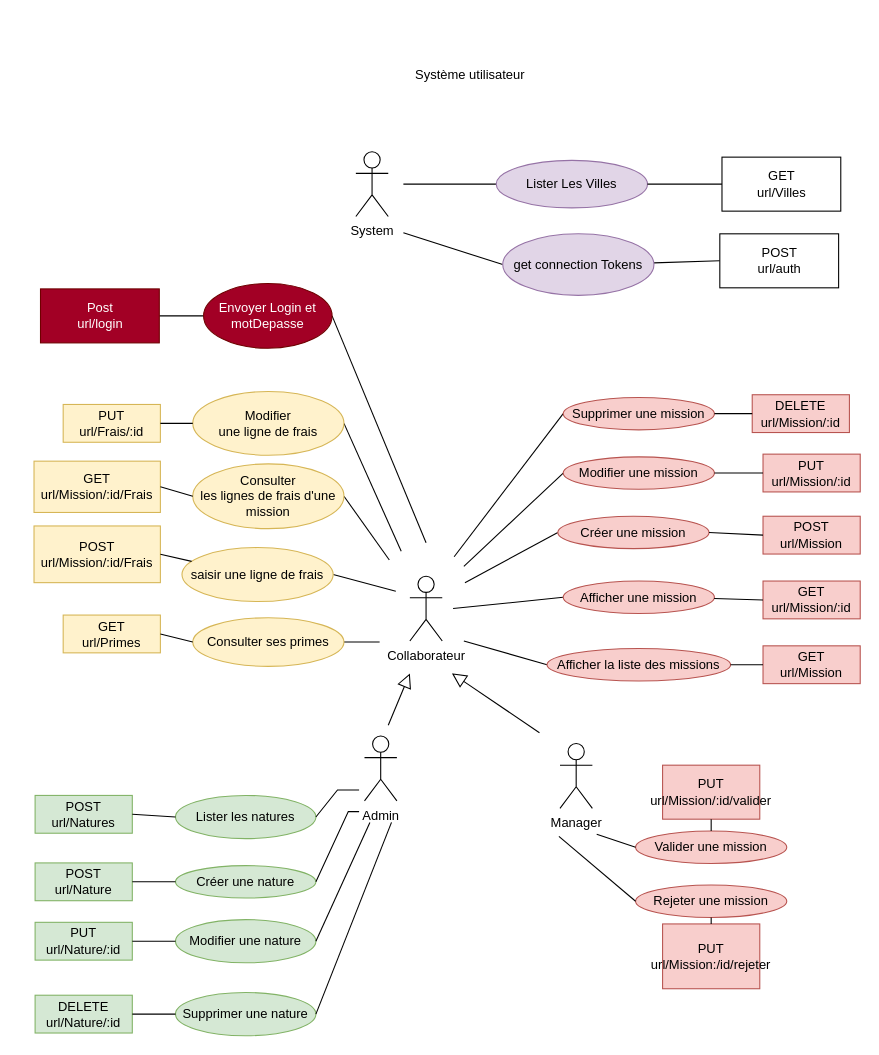
Above: Conception/use_case_API.drawio in VincentProuchet/Gestion_Missions_BE (draw.io), before the change. Source tidied: cells renumbered, new cells numbered last; positions are measured from the earlier drawing's top-left corner, leaving out a move shared by most shapes. Both pictures are drawn from the tidied source at 108%, with x=0, y=0 at pixel (33, 58).
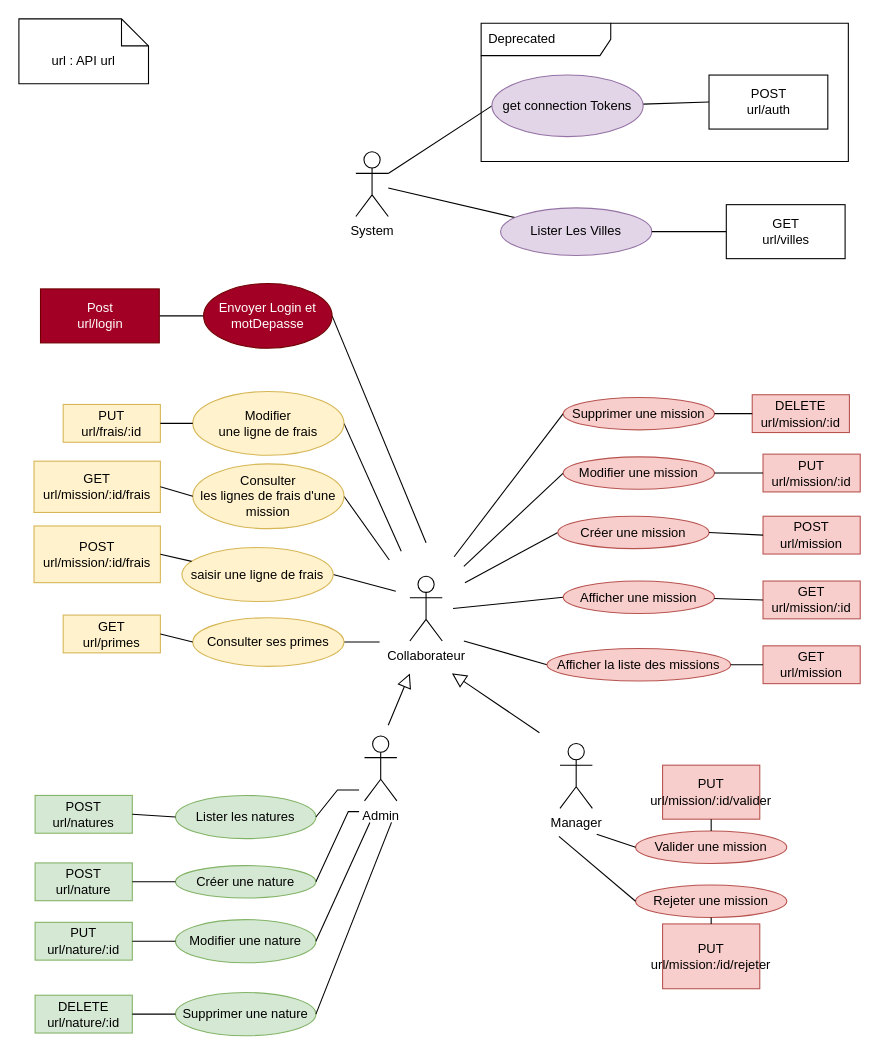
The same page after the edit.

Commit message:
Mettre à jour use_case_API.drawio

The change refers to these unchanged cells:
```xml
<mxCell id="15" value="System" style="shape=umlActor;verticalLabelPosition=bottom;verticalAlign=top;html=1;" parent="1" vertex="1">
  <mxGeometry x="298" y="86" width="30" height="60" as="geometry" />
</mxCell>
<mxCell id="20" style="group;" parent="1" vertex="1">
  <mxGeometry x="486" y="634" width="211" height="263" as="geometry" />
</mxCell>
<mxCell id="30" style="group;" parent="1" vertex="1">
  <mxGeometry x="1" y="627" width="335" height="277.5" as="geometry" />
</mxCell>
<mxCell id="48" style="group;" parent="1" vertex="1">
  <mxGeometry y="308" width="287" height="254.5" as="geometry" />
</mxCell>
<mxCell id="61" style="group;" parent="1" vertex="1">
  <mxGeometry x="475" y="311" width="290" height="267.5" as="geometry" />
</mxCell>
```

What changed in the source:
```diff
@@
-    <mxCell id="13" value="Système utilisateur" style="text;html=1;strokeColor=none;fillColor=none;align=center;verticalAlign=middle;whiteSpace=wrap;rounded=0;" parent="1" vertex="1">
-      <mxGeometry x="339" width="130" height="30" as="geometry" />
-    </mxCell>
@@
-    <mxCell id="16" style="edgeStyle=orthogonalEdgeStyle;rounded=0;jettySize=auto;html=1;endArrow=none;endFill=0;" parent="1" edge="1" source="17">
-      <mxGeometry relative="1" as="geometry">
-        <mxPoint x="342" y="116" as="targetPoint" />
-      </mxGeometry>
+    <mxCell id="16" style="rounded=0;jettySize=auto;html=1;endArrow=none;endFill=0;" parent="1" edge="1" source="17" target="15">
+      <mxGeometry relative="1" as="geometry" />
     </mxCell>
     <mxCell id="17" value="Lister Les Villes" style="ellipse;whiteSpace=wrap;html=1;fillColor=#e1d5e7;strokeColor=#9673a6;" parent="1" vertex="1">
-      <mxGeometry x="428" y="94" width="140" height="44" as="geometry" />
+      <mxGeometry x="432" y="138" width="140" height="44" as="geometry" />
     </mxCell>
@@
-    <mxCell id="19" value="&lt;div&gt;GET&lt;/div&gt;&lt;div&gt;url/Villes&lt;br&gt;&lt;/div&gt;" style="html=1;" parent="1" vertex="1">
-      <mxGeometry x="637" y="91" width="110" height="50" as="geometry" />
+    <mxCell id="19" value="&lt;div&gt;GET&lt;/div&gt;&lt;div&gt;url/villes&lt;br&gt;&lt;/div&gt;" style="html=1;" parent="1" vertex="1">
+      <mxGeometry x="641" y="135" width="110" height="50" as="geometry" />
     </mxCell>
@@
-    <mxCell id="26" value="PUT&lt;br&gt;url/Mission/:id/valider" style="text;html=1;strokeColor=#b85450;fillColor=#f8cecc;align=center;verticalAlign=middle;whiteSpace=wrap;rounded=0;shadow=0;sketch=0;" parent="20" vertex="1">
+    <mxCell id="26" value="PUT&lt;br&gt;url/mission/:id/valider" style="text;html=1;strokeColor=#b85450;fillColor=#f8cecc;align=center;verticalAlign=middle;whiteSpace=wrap;rounded=0;shadow=0;sketch=0;" parent="20" vertex="1">
       <mxGeometry x="96" y="20" width="90" height="50" as="geometry" />
     </mxCell>
-    <mxCell id="27" value="PUT&lt;br&gt;url/Mission:/id/rejeter" style="text;html=1;strokeColor=#b85450;fillColor=#f8cecc;align=center;verticalAlign=middle;whiteSpace=wrap;rounded=0;shadow=0;sketch=0;" parent="20" vertex="1">
+    <mxCell id="27" value="PUT&lt;br&gt;url/mission:/id/rejeter" style="text;html=1;strokeColor=#b85450;fillColor=#f8cecc;align=center;verticalAlign=middle;whiteSpace=wrap;rounded=0;shadow=0;sketch=0;" parent="20" vertex="1">
       <mxGeometry x="96" y="167" width="90" height="60" as="geometry" />
     </mxCell>
@@
-    <mxCell id="40" value="POST&lt;br&gt;url/Natures" style="text;html=1;strokeColor=#82b366;fillColor=#d5e8d4;align=center;verticalAlign=middle;whiteSpace=wrap;rounded=0;shadow=0;sketch=0;" parent="30" vertex="1">
+    <mxCell id="40" value="POST&lt;br&gt;url/natures" style="text;html=1;strokeColor=#82b366;fillColor=#d5e8d4;align=center;verticalAlign=middle;whiteSpace=wrap;rounded=0;shadow=0;sketch=0;" parent="30" vertex="1">
       <mxGeometry y="55" width="90" height="35" as="geometry" />
     </mxCell>
-    <mxCell id="41" value="POST&lt;br&gt;url/Nature" style="text;html=1;strokeColor=#82b366;fillColor=#d5e8d4;align=center;verticalAlign=middle;whiteSpace=wrap;rounded=0;shadow=0;sketch=0;" parent="30" vertex="1">
+    <mxCell id="41" value="POST&lt;br&gt;url/nature" style="text;html=1;strokeColor=#82b366;fillColor=#d5e8d4;align=center;verticalAlign=middle;whiteSpace=wrap;rounded=0;shadow=0;sketch=0;" parent="30" vertex="1">
       <mxGeometry y="117.5" width="90" height="35" as="geometry" />
     </mxCell>
-    <mxCell id="42" value="PUT&lt;br&gt;url/Nature/:id" style="text;html=1;strokeColor=#82b366;fillColor=#d5e8d4;align=center;verticalAlign=middle;whiteSpace=wrap;rounded=0;shadow=0;sketch=0;" parent="30" vertex="1">
+    <mxCell id="42" value="PUT&lt;br&gt;url/nature/:id" style="text;html=1;strokeColor=#82b366;fillColor=#d5e8d4;align=center;verticalAlign=middle;whiteSpace=wrap;rounded=0;shadow=0;sketch=0;" parent="30" vertex="1">
       <mxGeometry y="172.5" width="90" height="35" as="geometry" />
     </mxCell>
-    <mxCell id="43" value="DELETE&lt;br&gt;url/Nature/:id" style="text;html=1;strokeColor=#82b366;fillColor=#d5e8d4;align=center;verticalAlign=middle;whiteSpace=wrap;rounded=0;shadow=0;sketch=0;" parent="30" vertex="1">
+    <mxCell id="43" value="DELETE&lt;br&gt;url/nature/:id" style="text;html=1;strokeColor=#82b366;fillColor=#d5e8d4;align=center;verticalAlign=middle;whiteSpace=wrap;rounded=0;shadow=0;sketch=0;" parent="30" vertex="1">
       <mxGeometry y="240" width="90" height="35" as="geometry" />
     </mxCell>
@@
-    <mxCell id="53" value="PUT&lt;br&gt;url/Frais/:id" style="text;html=1;strokeColor=#d6b656;fillColor=#fff2cc;align=center;verticalAlign=middle;whiteSpace=wrap;rounded=0;shadow=0;sketch=0;" parent="48" vertex="1">
+    <mxCell id="53" value="PUT&lt;br&gt;url/frais/:id" style="text;html=1;strokeColor=#d6b656;fillColor=#fff2cc;align=center;verticalAlign=middle;whiteSpace=wrap;rounded=0;shadow=0;sketch=0;" parent="48" vertex="1">
       <mxGeometry x="27" y="12" width="90" height="35" as="geometry" />
     </mxCell>
-    <mxCell id="54" value="GET&lt;br&gt;url/Mission/:id/Frais" style="text;html=1;strokeColor=#d6b656;fillColor=#fff2cc;align=center;verticalAlign=middle;whiteSpace=wrap;rounded=0;shadow=0;sketch=0;" parent="48" vertex="1">
+    <mxCell id="54" value="GET&lt;br&gt;url/mission/:id/frais" style="text;html=1;strokeColor=#d6b656;fillColor=#fff2cc;align=center;verticalAlign=middle;whiteSpace=wrap;rounded=0;shadow=0;sketch=0;" parent="48" vertex="1">
       <mxGeometry y="64.5" width="117" height="47.5" as="geometry" />
     </mxCell>
-    <mxCell id="55" value="POST&lt;br&gt;url/Mission/:id/Frais" style="text;html=1;strokeColor=#d6b656;fillColor=#fff2cc;align=center;verticalAlign=middle;whiteSpace=wrap;rounded=0;shadow=0;sketch=0;" parent="48" vertex="1">
+    <mxCell id="55" value="POST&lt;br&gt;url/mission/:id/frais" style="text;html=1;strokeColor=#d6b656;fillColor=#fff2cc;align=center;verticalAlign=middle;whiteSpace=wrap;rounded=0;shadow=0;sketch=0;" parent="48" vertex="1">
       <mxGeometry y="124.5" width="117" height="52.5" as="geometry" />
     </mxCell>
-    <mxCell id="56" value="GET&lt;br&gt;url/Primes" style="text;html=1;strokeColor=#d6b656;fillColor=#fff2cc;align=center;verticalAlign=middle;whiteSpace=wrap;rounded=0;shadow=0;sketch=0;" parent="48" vertex="1">
+    <mxCell id="56" value="GET&lt;br&gt;url/primes" style="text;html=1;strokeColor=#d6b656;fillColor=#fff2cc;align=center;verticalAlign=middle;whiteSpace=wrap;rounded=0;shadow=0;sketch=0;" parent="48" vertex="1">
       <mxGeometry x="27" y="207" width="90" height="35" as="geometry" />
     </mxCell>
@@
-    <mxCell id="67" value="DELETE&lt;br&gt;url/Mission/:id" style="text;html=1;strokeColor=#b85450;fillColor=#f8cecc;align=center;verticalAlign=middle;whiteSpace=wrap;rounded=0;shadow=0;sketch=0;" parent="61" vertex="1">
+    <mxCell id="67" value="DELETE&lt;br&gt;url/mission/:id" style="text;html=1;strokeColor=#b85450;fillColor=#f8cecc;align=center;verticalAlign=middle;whiteSpace=wrap;rounded=0;shadow=0;sketch=0;" parent="61" vertex="1">
       <mxGeometry x="190" width="90" height="35" as="geometry" />
     </mxCell>
-    <mxCell id="68" value="PUT&lt;br&gt;url/Mission/:id" style="text;html=1;strokeColor=#b85450;fillColor=#f8cecc;align=center;verticalAlign=middle;whiteSpace=wrap;rounded=0;shadow=0;sketch=0;" parent="61" vertex="1">
+    <mxCell id="68" value="PUT&lt;br&gt;url/mission/:id" style="text;html=1;strokeColor=#b85450;fillColor=#f8cecc;align=center;verticalAlign=middle;whiteSpace=wrap;rounded=0;shadow=0;sketch=0;" parent="61" vertex="1">
       <mxGeometry x="200" y="55" width="90" height="35" as="geometry" />
     </mxCell>
@@
-    <mxCell id="71" value="POST&lt;br&gt;url/Mission" style="text;html=1;strokeColor=#b85450;fillColor=#f8cecc;align=center;verticalAlign=middle;whiteSpace=wrap;rounded=0;shadow=0;sketch=0;" parent="61" vertex="1">
+    <mxCell id="71" value="POST&lt;br&gt;url/mission" style="text;html=1;strokeColor=#b85450;fillColor=#f8cecc;align=center;verticalAlign=middle;whiteSpace=wrap;rounded=0;shadow=0;sketch=0;" parent="61" vertex="1">
       <mxGeometry x="200" y="112.5" width="90" height="35" as="geometry" />
     </mxCell>
-    <mxCell id="72" value="GET&lt;br&gt;url/Mission/:id" style="text;html=1;strokeColor=#b85450;fillColor=#f8cecc;align=center;verticalAlign=middle;whiteSpace=wrap;rounded=0;shadow=0;sketch=0;" parent="61" vertex="1">
+    <mxCell id="72" value="GET&lt;br&gt;url/mission/:id" style="text;html=1;strokeColor=#b85450;fillColor=#f8cecc;align=center;verticalAlign=middle;whiteSpace=wrap;rounded=0;shadow=0;sketch=0;" parent="61" vertex="1">
       <mxGeometry x="200" y="172.5" width="90" height="35" as="geometry" />
     </mxCell>
-    <mxCell id="73" value="GET&lt;br&gt;url/Mission" style="text;html=1;strokeColor=#b85450;fillColor=#f8cecc;align=center;verticalAlign=middle;whiteSpace=wrap;rounded=0;shadow=0;sketch=0;" parent="61" vertex="1">
+    <mxCell id="73" value="GET&lt;br&gt;url/mission" style="text;html=1;strokeColor=#b85450;fillColor=#f8cecc;align=center;verticalAlign=middle;whiteSpace=wrap;rounded=0;shadow=0;sketch=0;" parent="61" vertex="1">
       <mxGeometry x="200" y="232.5" width="90" height="35" as="geometry" />
     </mxCell>
@@
-    <mxCell id="81" style="edgeStyle=none;rounded=0;jettySize=auto;html=1;endArrow=none;endFill=0;exitX=0;exitY=0.5;exitDx=0;exitDy=0;" parent="1" edge="1" source="83">
-      <mxGeometry relative="1" as="geometry">
-        <mxPoint x="342" y="161" as="targetPoint" />
-      </mxGeometry>
+    <mxCell id="81" style="edgeStyle=none;rounded=0;jettySize=auto;html=1;endArrow=none;endFill=0;exitX=0;exitY=0.5;exitDx=0;exitDy=0;" parent="1" edge="1" source="83" target="15">
+      <mxGeometry relative="1" as="geometry" />
     </mxCell>
@@
     <mxCell id="83" value="get connection Tokens" style="ellipse;whiteSpace=wrap;html=1;fillColor=#e1d5e7;strokeColor=#9673a6;" parent="1" vertex="1">
-      <mxGeometry x="434" y="162" width="140" height="57" as="geometry" />
+      <mxGeometry x="424" y="15" width="140" height="57" as="geometry" />
     </mxCell>
     <mxCell id="84" value="&lt;div&gt;POST&lt;br&gt;&lt;/div&gt;&lt;div&gt;url/auth&lt;br&gt;&lt;/div&gt;" style="html=1;" parent="1" vertex="1">
-      <mxGeometry x="635" y="162" width="110" height="50" as="geometry" />
+      <mxGeometry x="625" y="15" width="110" height="50" as="geometry" />
     </mxCell>
+    <mxCell id="85" value="url : API url " style="shape=note2;boundedLbl=1;whiteSpace=wrap;html=1;size=25;verticalAlign=top;align=center;" parent="1" vertex="1">
+      <mxGeometry x="-14" y="-37" width="120" height="60" as="geometry" />
+    </mxCell>
+    <mxCell id="86" value="Deprecated" style="shape=umlFrame;whiteSpace=wrap;html=1;width=120;height=30;boundedLbl=1;verticalAlign=middle;align=left;spacingLeft=5;" parent="1" vertex="1">
+      <mxGeometry x="414" y="-33" width="340" height="128" as="geometry" />
+    </mxCell>
```
